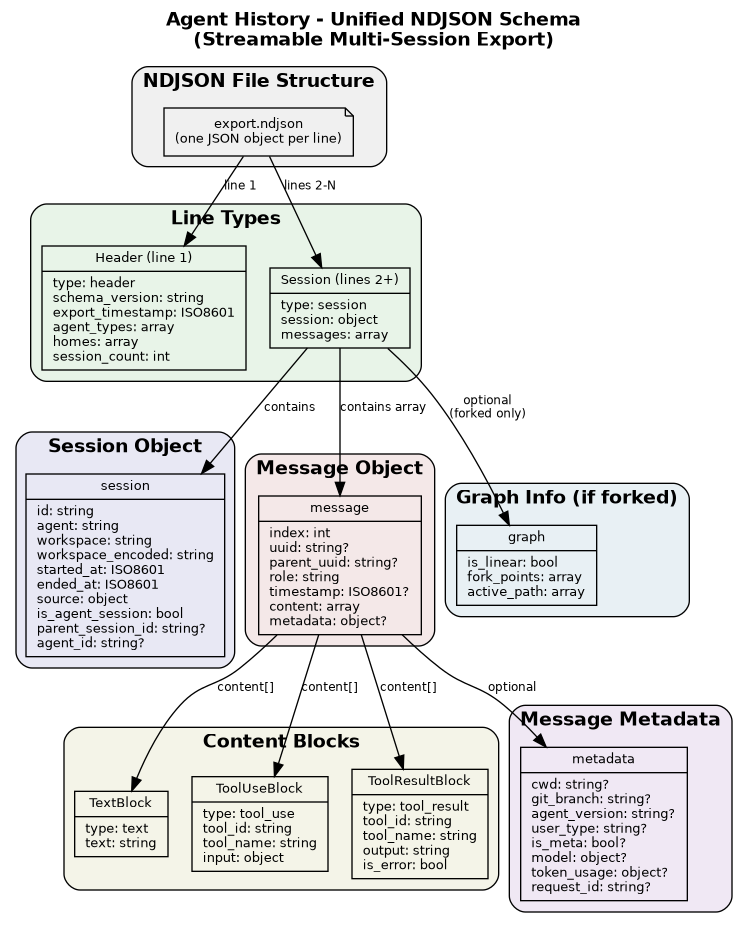
Earlier version of the Graphviz export docs/unified_json_schema.png (kvsankar/agent-history). Its source is kept beside it as docs/unified_json_schema.dot.
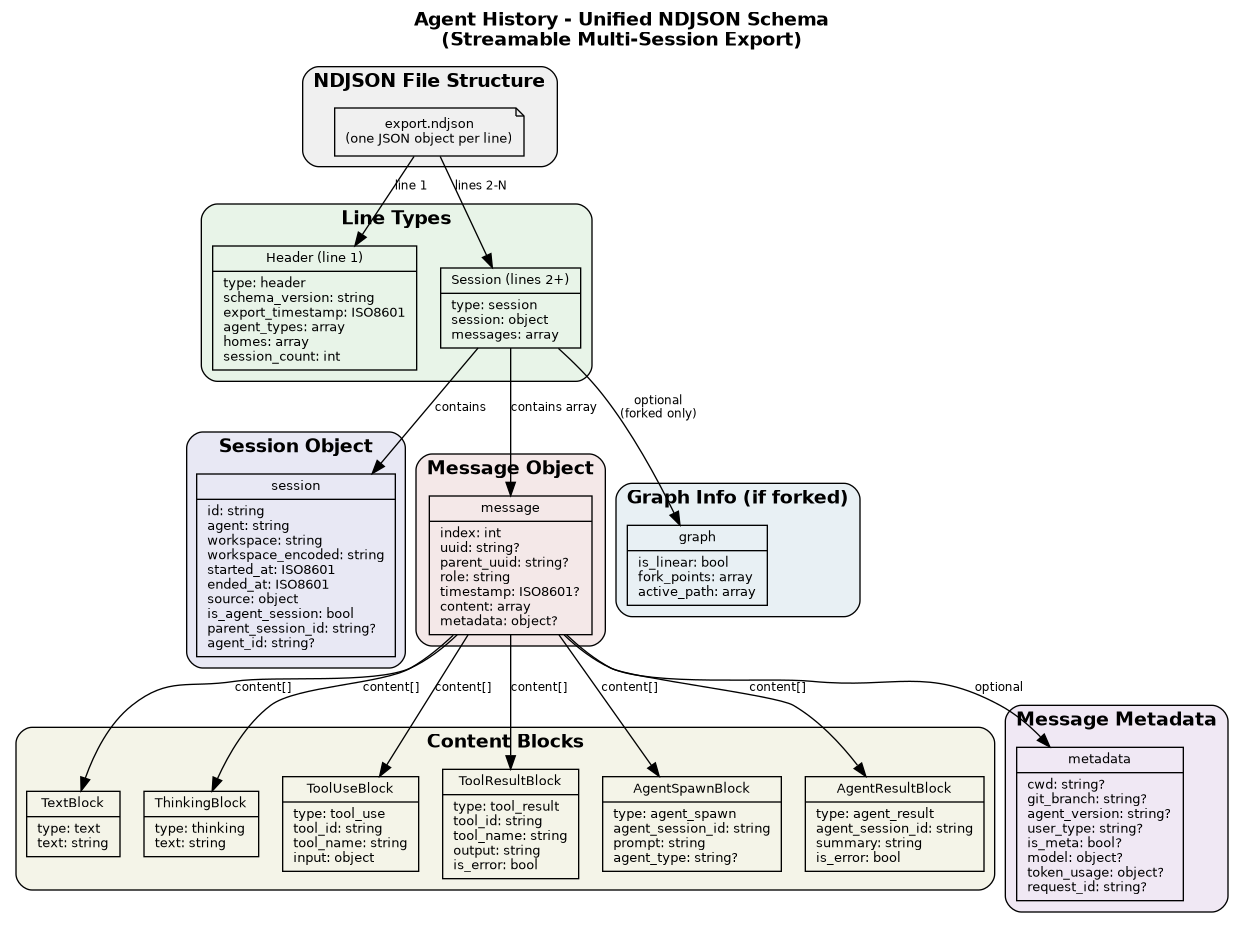
Above is the later version.

Commit message:
docs: add thinking and agent blocks to schema

Separate orthogonal concepts:
- Tools: LLM calls external capabilities (Bash, Read, etc.)
- Sub-agents: Separate LLM sessions for subtasks

New content block types:
- thinking: Reasoning trace (agent-agnostic)
- agent_spawn: Creates sub-agent session
- agent_result: Output from sub-agent

Updated sample to show all block types.
Updated diagram with new blocks.

🤖 Generated with [Claude Code](https://claude.com/claude-code)

Change to the diagram source:
```diff
@@ -50,9 +50,15 @@
 
         text_block [label="{TextBlock|type: text\ltext: string\l}"];
 
+        thinking_block [label="{ThinkingBlock|type: thinking\ltext: string\l}"];
+
         tool_use [label="{ToolUseBlock|type: tool_use\ltool_id: string\ltool_name: string\linput: object\l}"];
 
         tool_result [label="{ToolResultBlock|type: tool_result\ltool_id: string\ltool_name: string\loutput: string\lis_error: bool\l}"];
+
+        agent_spawn [label="{AgentSpawnBlock|type: agent_spawn\lagent_session_id: string\lprompt: string\lagent_type: string?\l}"];
+
+        agent_result [label="{AgentResultBlock|type: agent_result\lagent_session_id: string\lsummary: string\lis_error: bool\l}"];
     }
 
     subgraph cluster_metadata {
@@ -76,8 +82,11 @@
     session -> session_obj [label="contains"];
     session -> message [label="contains array"];
     message -> text_block [label="content[]"];
+    message -> thinking_block [label="content[]"];
     message -> tool_use [label="content[]"];
     message -> tool_result [label="content[]"];
+    message -> agent_spawn [label="content[]"];
+    message -> agent_result [label="content[]"];
     message -> metadata [label="optional"];
     session -> graph_info [label="optional\n(forked only)"];
 }
```
